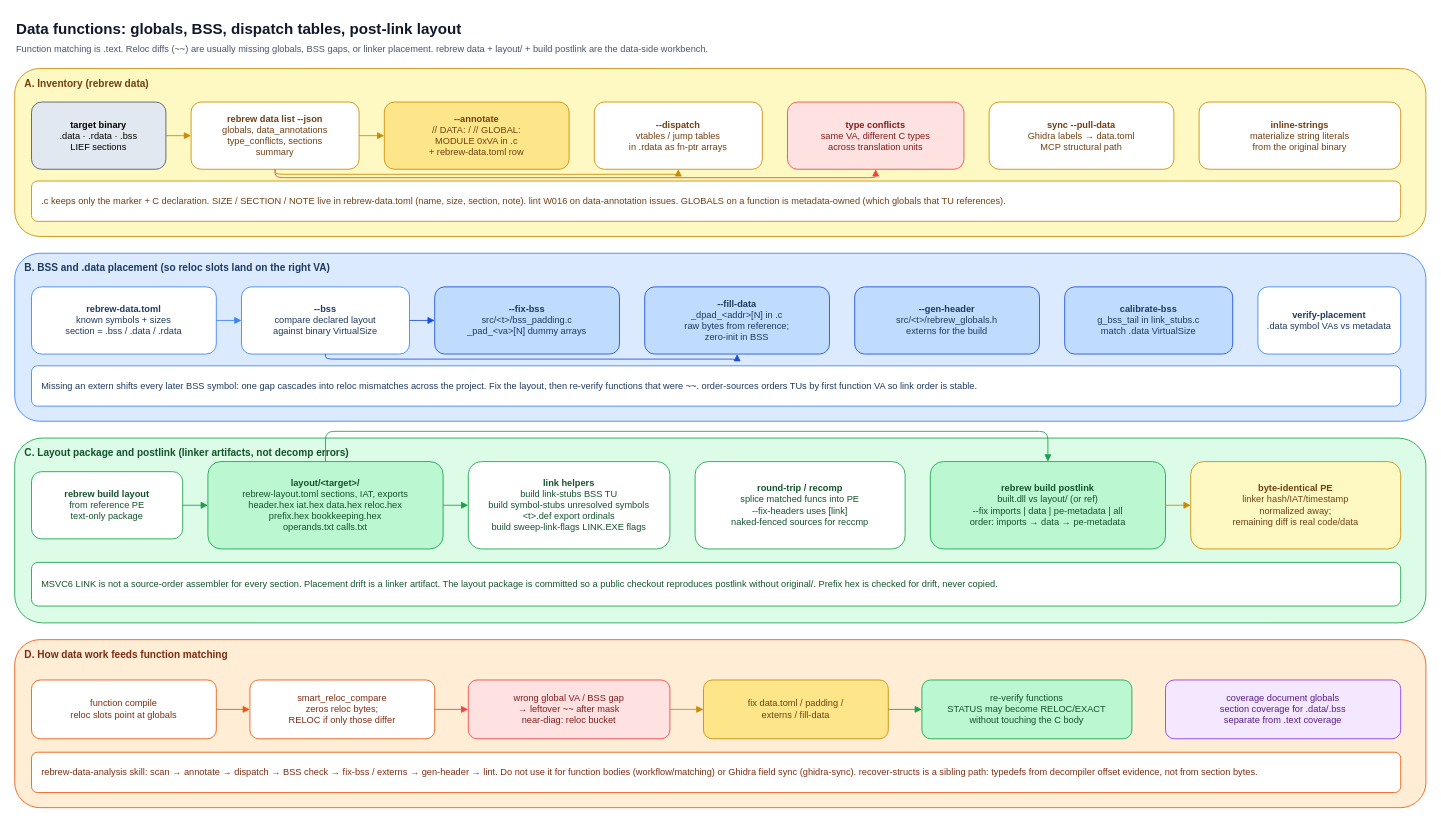
Before: page "7. Data, globals, layout" (6 of 6) of docs/architecture.drawio in maci0/rebrew, a draw.io diagram. Source tidied: cells renumbered, new cells numbered last; positions are measured from the earlier drawing's top-left corner, leaving out a move shared by most shapes. Both pictures are drawn from the tidied source at 84%, with x=0, y=0 at pixel (14, 14).
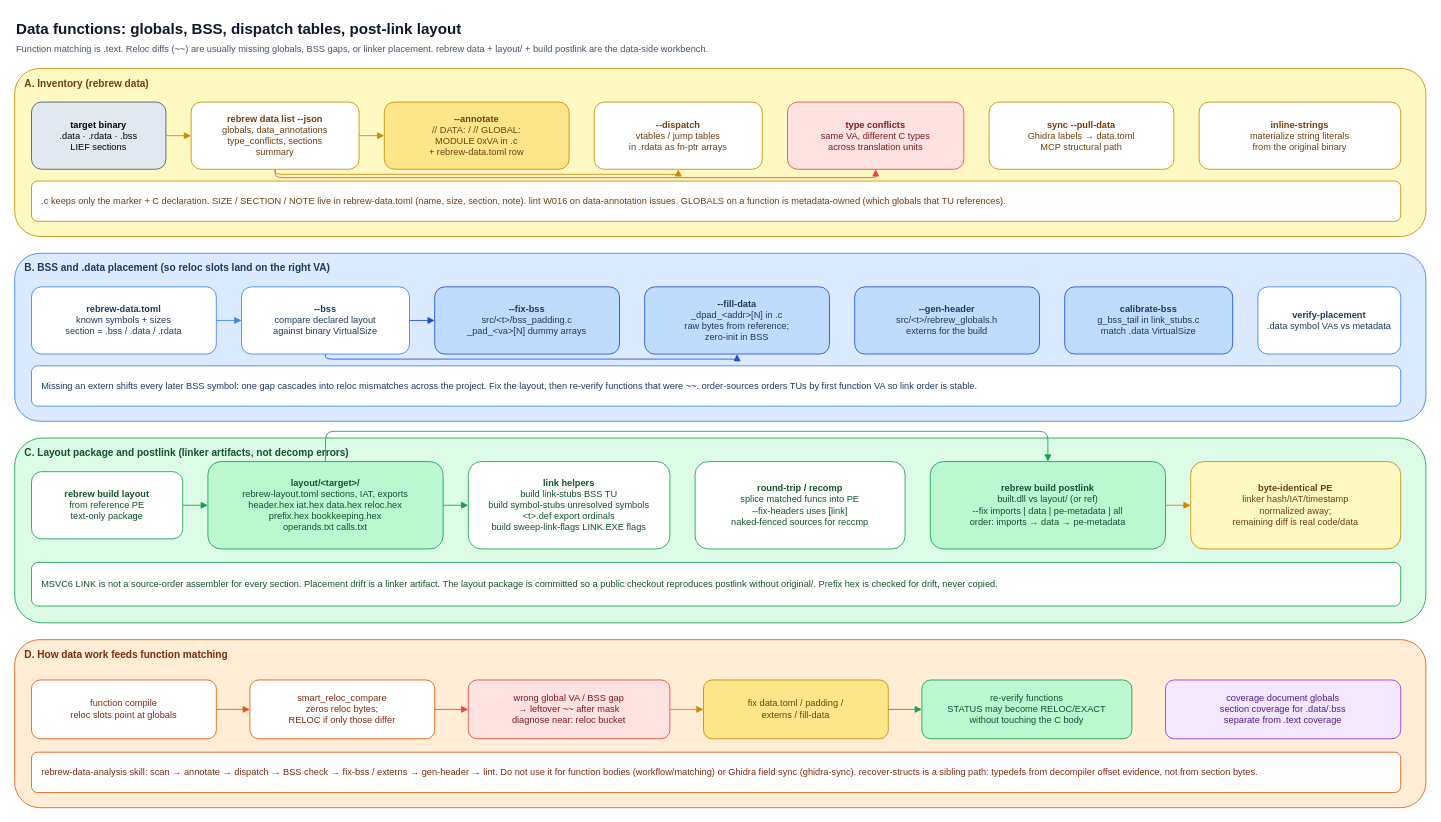
The same page after the edit.

The edit, as a diff of the source:
```diff
@@
-    <mxCell id="44" value="wrong global VA / BSS gap&lt;br&gt;→ leftover ~~ after mask&lt;br&gt;near-diag: reloc bucket" style="rounded=1;whiteSpace=wrap;html=1;fillColor=#fee2e2;strokeColor=#ef4444;fontColor=#7f1d1d;align=center;fontSize=11;" parent="1" vertex="1">
+    <mxCell id="44" value="wrong global VA / BSS gap&lt;br&gt;→ leftover ~~ after mask&lt;br&gt;diagnose near: reloc bucket" style="rounded=1;whiteSpace=wrap;html=1;fillColor=#fee2e2;strokeColor=#ef4444;fontColor=#7f1d1d;align=center;fontSize=11;" parent="1" vertex="1">
       <mxGeometry x="540" y="792" width="240" height="70" as="geometry" />
     </mxCell>
```
